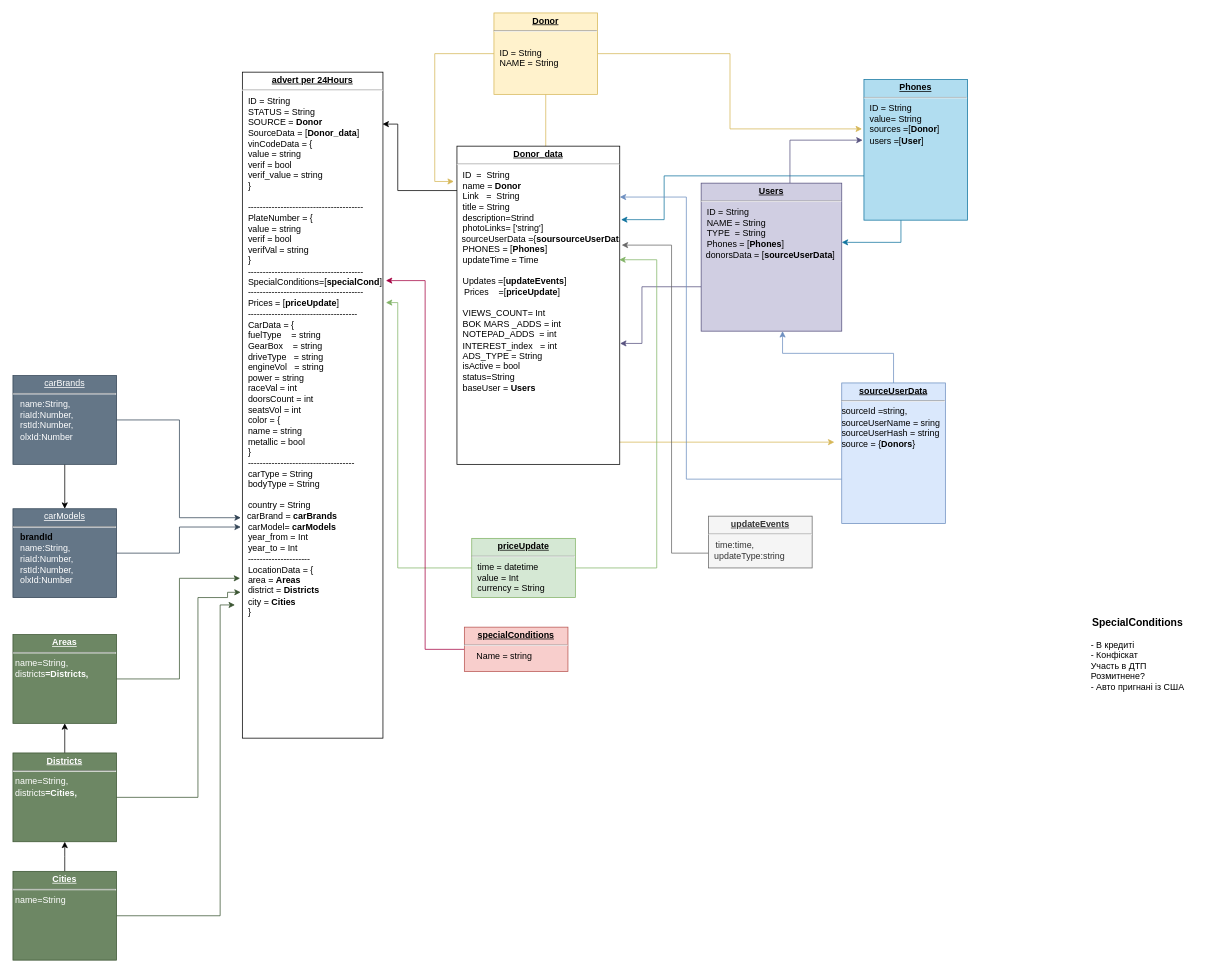
The draw.io diagram .drawio in Dromich/car_dog_diagram, before the edit. Source tidied: cells renumbered, new cells numbered last; positions are measured from the earlier drawing's top-left corner, leaving out a move shared by most shapes. Both pictures are drawn from the tidied source at 74%, with x=0, y=0 at pixel (13, 13).
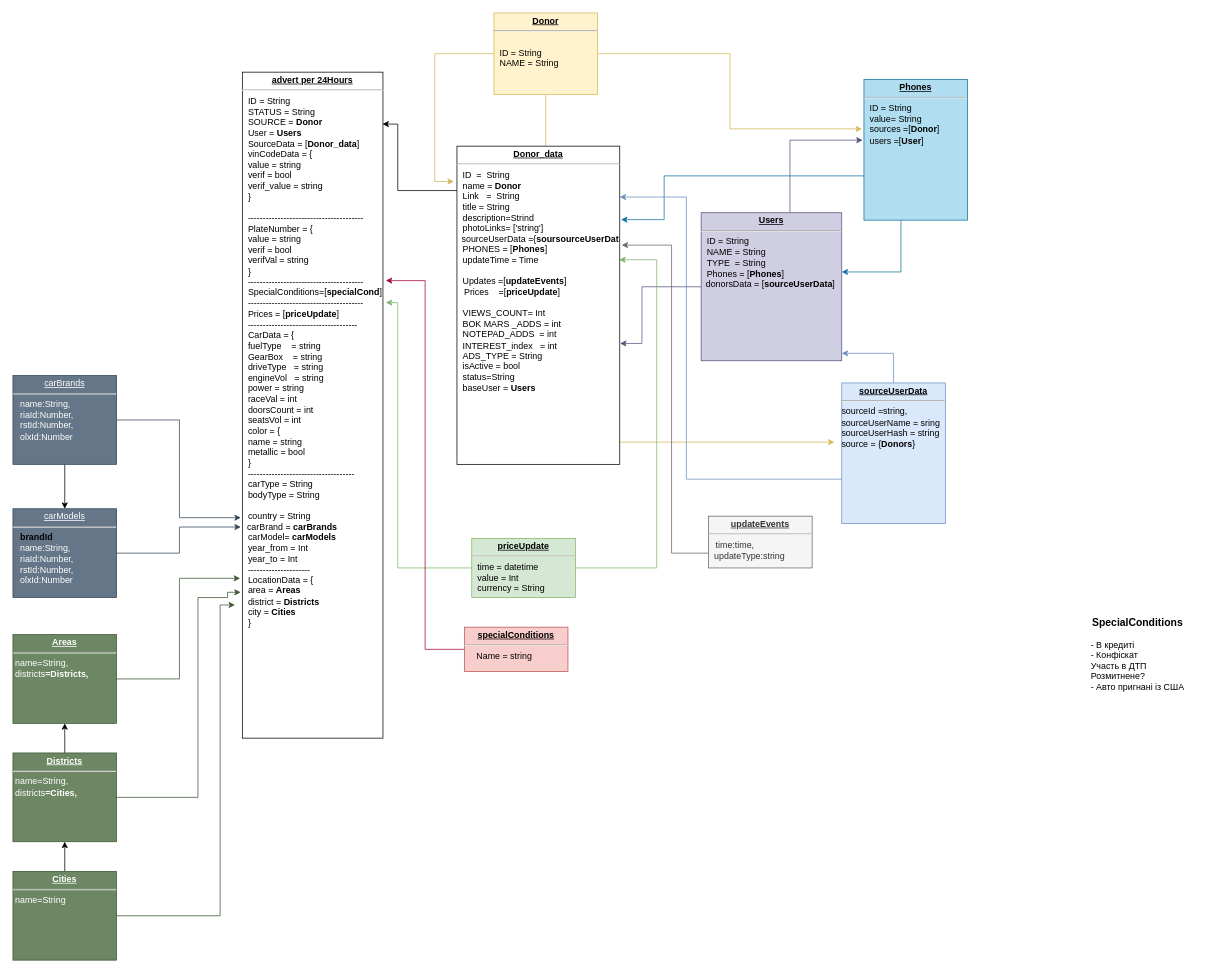
Above is the later version.

What changed in the source:
```diff
@@
-    <mxCell id="2" value="&lt;p style=&quot;margin: 0px ; margin-top: 4px ; text-align: center ; text-decoration: underline&quot;&gt;&lt;b&gt;advert per 24Hours&lt;/b&gt;&lt;br&gt;&lt;/p&gt;&lt;hr&gt;&lt;p style=&quot;margin: 0px ; margin-left: 8px&quot;&gt;ID = String&lt;/p&gt;&lt;p style=&quot;margin: 0px ; margin-left: 8px&quot;&gt;STATUS = String&lt;br&gt;SOURCE = &lt;b&gt;Donor&lt;/b&gt;&lt;br&gt;SourceData = [&lt;b&gt;Donor_data&lt;/b&gt;]&lt;br&gt;&lt;/p&gt;&lt;p style=&quot;margin: 0px ; margin-left: 8px&quot;&gt;vinCodeData = {&lt;/p&gt;&lt;p style=&quot;margin: 0px ; margin-left: 8px&quot;&gt;&lt;span&gt; &lt;span&gt; &lt;/span&gt;value = string&lt;br&gt;&lt;span&gt; &lt;/span&gt;&lt;span&gt; &lt;/span&gt;verif   = bool&lt;/span&gt;&lt;/p&gt;&lt;p style=&quot;margin: 0px ; margin-left: 8px&quot;&gt;&lt;span&gt;&lt;span&gt; &lt;/span&gt;verif_value = string&lt;br&gt;&lt;/span&gt;&lt;/p&gt;&lt;p style=&quot;margin: 0px ; margin-left: 8px&quot;&gt;&lt;span&gt;&lt;span&gt; &lt;/span&gt;&lt;span&gt; &lt;/span&gt;}&lt;/span&gt;&lt;/p&gt;&lt;p style=&quot;margin: 0px ; margin-left: 8px&quot;&gt;&lt;br&gt;&lt;/p&gt;&lt;p style=&quot;margin: 0px ; margin-left: 8px&quot;&gt;&lt;span&gt;---------------------------------------&lt;br&gt;&lt;/span&gt;&lt;/p&gt;&lt;p style=&quot;margin: 0px ; margin-left: 8px&quot;&gt;PlateNumber = {&lt;/p&gt;&lt;p style=&quot;margin: 0px ; margin-left: 8px&quot;&gt;&lt;span&gt; &lt;/span&gt;value = string&lt;br&gt;&lt;span&gt; &lt;/span&gt;verif = bool&lt;br&gt;&lt;span&gt; &lt;/span&gt;verifVal = string&lt;br&gt;&lt;/p&gt;&lt;p style=&quot;margin: 0px ; margin-left: 8px&quot;&gt;&lt;span&gt; &lt;/span&gt;}&lt;/p&gt;&lt;p style=&quot;margin: 0px ; margin-left: 8px&quot;&gt;---------------------------------------&lt;br&gt;&lt;/p&gt;&lt;p style=&quot;margin: 0px 0px 0px 8px&quot;&gt;SpecialСonditions=[&lt;b&gt;specialCond&lt;/b&gt;]&lt;/p&gt;&lt;p style=&quot;margin: 0px ; margin-left: 8px&quot;&gt;---------------------------------------&lt;br&gt;&lt;/p&gt;&lt;p style=&quot;margin: 0px ; margin-left: 8px&quot;&gt;Prices = [&lt;b&gt;priceUpdate&lt;/b&gt;]&lt;br&gt;&lt;/p&gt;&lt;p style=&quot;margin: 0px ; margin-left: 8px&quot;&gt;-------------------------------------&lt;/p&gt;&lt;p style=&quot;margin: 0px ; margin-left: 8px&quot;&gt;CarData = {&lt;/p&gt;&lt;p style=&quot;margin: 0px ; margin-left: 8px&quot;&gt;&lt;span&gt; &lt;/span&gt;fuelType&amp;nbsp;&amp;nbsp;&amp;nbsp; = string&lt;/p&gt;&lt;p style=&quot;margin: 0px ; margin-left: 8px&quot;&gt;GearBox&amp;nbsp;&amp;nbsp;&amp;nbsp; = string&lt;/p&gt;&lt;p style=&quot;margin: 0px ; margin-left: 8px&quot;&gt;driveType&amp;nbsp;&amp;nbsp; = string&lt;/p&gt;&lt;p style=&quot;margin: 0px ; margin-left: 8px&quot;&gt;engineVol&amp;nbsp;&amp;nbsp; = string&lt;/p&gt;&lt;p style=&quot;margin: 0px ; margin-left: 8px&quot;&gt;power = string&lt;br&gt;&lt;/p&gt;&lt;p style=&quot;margin: 0px ; margin-left: 8px&quot;&gt;raceVal = int&lt;/p&gt;&lt;p style=&quot;margin: 0px ; margin-left: 8px&quot;&gt;doorsCount = int&lt;/p&gt;&lt;p style=&quot;margin: 0px ; margin-left: 8px&quot;&gt;seatsVol = int&lt;/p&gt;&lt;p style=&quot;margin: 0px ; margin-left: 8px&quot;&gt;color = {&lt;/p&gt;&lt;p style=&quot;margin: 0px ; margin-left: 8px&quot;&gt;name = string&lt;/p&gt;&lt;p style=&quot;margin: 0px ; margin-left: 8px&quot;&gt;metallic = bool&lt;br&gt;&lt;/p&gt;&lt;p style=&quot;margin: 0px ; margin-left: 8px&quot;&gt;}&lt;/p&gt;&lt;p style=&quot;margin: 0px ; margin-left: 8px&quot;&gt;------------------------------------&lt;/p&gt;&lt;p style=&quot;margin: 0px ; margin-left: 8px&quot;&gt;&lt;span style=&quot;background-color: rgb(255 , 255 , 255)&quot;&gt;carType = String&lt;/span&gt;&lt;/p&gt;&lt;p style=&quot;margin: 0px ; margin-left: 8px&quot;&gt;bodyType = String&lt;/p&gt;&lt;p style=&quot;margin: 0px ; margin-left: 8px&quot;&gt;&lt;br&gt;&lt;/p&gt;&lt;p style=&quot;margin: 0px ; margin-left: 8px&quot;&gt;country = String&lt;/p&gt;&amp;nbsp; carBrand = &lt;b&gt;carBrands&lt;/b&gt;&lt;br&gt;&lt;p style=&quot;margin: 0px ; margin-left: 8px&quot;&gt;carModel= &lt;b&gt;carModels&lt;/b&gt;&lt;br&gt;&lt;/p&gt;&lt;p style=&quot;margin: 0px ; margin-left: 8px&quot;&gt;year_from = Int&lt;/p&gt;&lt;p style=&quot;margin: 0px ; margin-left: 8px&quot;&gt;year_to = Int&lt;/p&gt;&lt;p style=&quot;margin: 0px ; margin-left: 8px&quot;&gt;&lt;span&gt; &lt;/span&gt;---------------------&lt;/p&gt;&lt;p style=&quot;margin: 0px ; margin-left: 8px&quot;&gt;LocationData = {&lt;/p&gt;&lt;p style=&quot;margin: 0px ; margin-left: 8px&quot;&gt;area = &lt;b&gt;Areas&lt;/b&gt;&lt;br&gt;&lt;/p&gt;&lt;p style=&quot;margin: 0px ; margin-left: 8px&quot;&gt;district = &lt;b&gt;Districts&lt;/b&gt;&lt;br&gt;&lt;/p&gt;&lt;p style=&quot;margin: 0px ; margin-left: 8px&quot;&gt;city = &lt;b&gt;Cities&lt;/b&gt;&lt;br&gt;&lt;/p&gt;&lt;p style=&quot;margin: 0px ; margin-left: 8px&quot;&gt;}&lt;/p&gt;&lt;p style=&quot;margin: 0px ; margin-left: 8px&quot;&gt;&lt;br&gt;&lt;/p&gt;&lt;p style=&quot;margin: 0px ; margin-left: 8px&quot;&gt;&lt;br&gt;&lt;/p&gt;&lt;p style=&quot;margin: 0px ; margin-left: 8px&quot;&gt;&lt;br&gt;&lt;/p&gt;&lt;p style=&quot;margin: 0px ; margin-left: 8px&quot;&gt;&lt;br&gt;&lt;/p&gt;&lt;p style=&quot;margin: 0px ; margin-left: 8px&quot;&gt;&lt;br&gt;&lt;/p&gt;&lt;p style=&quot;margin: 0px ; margin-left: 8px&quot;&gt;&lt;br&gt;&lt;/p&gt;" style="verticalAlign=top;align=left;overflow=fill;fontSize=12;fontFamily=Helvetica;html=1;rounded=0;shadow=0;comic=0;labelBackgroundColor=none;strokeWidth=1;" parent="1" vertex="1">
+    <mxCell id="2" value="&lt;p style=&quot;margin: 0px ; margin-top: 4px ; text-align: center ; text-decoration: underline&quot;&gt;&lt;b&gt;advert per 24Hours&lt;/b&gt;&lt;br&gt;&lt;/p&gt;&lt;hr&gt;&lt;p style=&quot;margin: 0px ; margin-left: 8px&quot;&gt;ID = String&lt;/p&gt;&lt;p style=&quot;margin: 0px ; margin-left: 8px&quot;&gt;STATUS = String&lt;br&gt;SOURCE = &lt;b&gt;Donor&lt;/b&gt;&lt;/p&gt;&lt;p style=&quot;margin: 0px ; margin-left: 8px&quot;&gt;User = &lt;b&gt;Users&lt;/b&gt;&lt;br&gt;SourceData = [&lt;b&gt;Donor_data&lt;/b&gt;]&lt;br&gt;&lt;/p&gt;&lt;p style=&quot;margin: 0px ; margin-left: 8px&quot;&gt;vinCodeData = {&lt;/p&gt;&lt;p style=&quot;margin: 0px ; margin-left: 8px&quot;&gt;&lt;span&gt; &lt;span&gt; &lt;/span&gt;value = string&lt;br&gt;&lt;span&gt; &lt;/span&gt;&lt;span&gt; &lt;/span&gt;verif   = bool&lt;/span&gt;&lt;/p&gt;&lt;p style=&quot;margin: 0px ; margin-left: 8px&quot;&gt;&lt;span&gt;&lt;span&gt; &lt;/span&gt;verif_value = string&lt;br&gt;&lt;/span&gt;&lt;/p&gt;&lt;p style=&quot;margin: 0px ; margin-left: 8px&quot;&gt;&lt;span&gt;&lt;span&gt; &lt;/span&gt;&lt;span&gt; &lt;/span&gt;}&lt;/span&gt;&lt;/p&gt;&lt;p style=&quot;margin: 0px ; margin-left: 8px&quot;&gt;&lt;br&gt;&lt;/p&gt;&lt;p style=&quot;margin: 0px ; margin-left: 8px&quot;&gt;&lt;span&gt;---------------------------------------&lt;br&gt;&lt;/span&gt;&lt;/p&gt;&lt;p style=&quot;margin: 0px ; margin-left: 8px&quot;&gt;PlateNumber = {&lt;/p&gt;&lt;p style=&quot;margin: 0px ; margin-left: 8px&quot;&gt;&lt;span&gt; &lt;/span&gt;value = string&lt;br&gt;&lt;span&gt; &lt;/span&gt;verif = bool&lt;br&gt;&lt;span&gt; &lt;/span&gt;verifVal = string&lt;br&gt;&lt;/p&gt;&lt;p style=&quot;margin: 0px ; margin-left: 8px&quot;&gt;&lt;span&gt; &lt;/span&gt;}&lt;/p&gt;&lt;p style=&quot;margin: 0px ; margin-left: 8px&quot;&gt;---------------------------------------&lt;br&gt;&lt;/p&gt;&lt;p style=&quot;margin: 0px 0px 0px 8px&quot;&gt;SpecialСonditions=[&lt;b&gt;specialCond&lt;/b&gt;]&lt;/p&gt;&lt;p style=&quot;margin: 0px ; margin-left: 8px&quot;&gt;---------------------------------------&lt;br&gt;&lt;/p&gt;&lt;p style=&quot;margin: 0px ; margin-left: 8px&quot;&gt;Prices = [&lt;b&gt;priceUpdate&lt;/b&gt;]&lt;br&gt;&lt;/p&gt;&lt;p style=&quot;margin: 0px ; margin-left: 8px&quot;&gt;-------------------------------------&lt;/p&gt;&lt;p style=&quot;margin: 0px ; margin-left: 8px&quot;&gt;CarData = {&lt;/p&gt;&lt;p style=&quot;margin: 0px ; margin-left: 8px&quot;&gt;&lt;span&gt; &lt;/span&gt;fuelType&amp;nbsp;&amp;nbsp;&amp;nbsp; = string&lt;/p&gt;&lt;p style=&quot;margin: 0px ; margin-left: 8px&quot;&gt;GearBox&amp;nbsp;&amp;nbsp;&amp;nbsp; = string&lt;/p&gt;&lt;p style=&quot;margin: 0px ; margin-left: 8px&quot;&gt;driveType&amp;nbsp;&amp;nbsp; = string&lt;/p&gt;&lt;p style=&quot;margin: 0px ; margin-left: 8px&quot;&gt;engineVol&amp;nbsp;&amp;nbsp; = string&lt;/p&gt;&lt;p style=&quot;margin: 0px ; margin-left: 8px&quot;&gt;power = string&lt;br&gt;&lt;/p&gt;&lt;p style=&quot;margin: 0px ; margin-left: 8px&quot;&gt;raceVal = int&lt;/p&gt;&lt;p style=&quot;margin: 0px ; margin-left: 8px&quot;&gt;doorsCount = int&lt;/p&gt;&lt;p style=&quot;margin: 0px ; margin-left: 8px&quot;&gt;seatsVol = int&lt;/p&gt;&lt;p style=&quot;margin: 0px ; margin-left: 8px&quot;&gt;color = {&lt;/p&gt;&lt;p style=&quot;margin: 0px ; margin-left: 8px&quot;&gt;name = string&lt;/p&gt;&lt;p style=&quot;margin: 0px ; margin-left: 8px&quot;&gt;metallic = bool&lt;br&gt;&lt;/p&gt;&lt;p style=&quot;margin: 0px ; margin-left: 8px&quot;&gt;}&lt;/p&gt;&lt;p style=&quot;margin: 0px ; margin-left: 8px&quot;&gt;------------------------------------&lt;/p&gt;&lt;p style=&quot;margin: 0px ; margin-left: 8px&quot;&gt;&lt;span style=&quot;background-color: rgb(255 , 255 , 255)&quot;&gt;carType = String&lt;/span&gt;&lt;/p&gt;&lt;p style=&quot;margin: 0px ; margin-left: 8px&quot;&gt;bodyType = String&lt;/p&gt;&lt;p style=&quot;margin: 0px ; margin-left: 8px&quot;&gt;&lt;br&gt;&lt;/p&gt;&lt;p style=&quot;margin: 0px ; margin-left: 8px&quot;&gt;country = String&lt;/p&gt;&amp;nbsp; carBrand = &lt;b&gt;carBrands&lt;/b&gt;&lt;br&gt;&lt;p style=&quot;margin: 0px ; margin-left: 8px&quot;&gt;carModel= &lt;b&gt;carModels&lt;/b&gt;&lt;br&gt;&lt;/p&gt;&lt;p style=&quot;margin: 0px ; margin-left: 8px&quot;&gt;year_from = Int&lt;/p&gt;&lt;p style=&quot;margin: 0px ; margin-left: 8px&quot;&gt;year_to = Int&lt;/p&gt;&lt;p style=&quot;margin: 0px ; margin-left: 8px&quot;&gt;&lt;span&gt; &lt;/span&gt;---------------------&lt;/p&gt;&lt;p style=&quot;margin: 0px ; margin-left: 8px&quot;&gt;LocationData = {&lt;/p&gt;&lt;p style=&quot;margin: 0px ; margin-left: 8px&quot;&gt;area = &lt;b&gt;Areas&lt;/b&gt;&lt;br&gt;&lt;/p&gt;&lt;p style=&quot;margin: 0px ; margin-left: 8px&quot;&gt;district = &lt;b&gt;Districts&lt;/b&gt;&lt;br&gt;&lt;/p&gt;&lt;p style=&quot;margin: 0px ; margin-left: 8px&quot;&gt;city = &lt;b&gt;Cities&lt;/b&gt;&lt;br&gt;&lt;/p&gt;&lt;p style=&quot;margin: 0px ; margin-left: 8px&quot;&gt;}&lt;/p&gt;&lt;p style=&quot;margin: 0px ; margin-left: 8px&quot;&gt;&lt;br&gt;&lt;/p&gt;&lt;p style=&quot;margin: 0px ; margin-left: 8px&quot;&gt;&lt;br&gt;&lt;/p&gt;&lt;p style=&quot;margin: 0px ; margin-left: 8px&quot;&gt;&lt;br&gt;&lt;/p&gt;&lt;p style=&quot;margin: 0px ; margin-left: 8px&quot;&gt;&lt;br&gt;&lt;/p&gt;&lt;p style=&quot;margin: 0px ; margin-left: 8px&quot;&gt;&lt;br&gt;&lt;/p&gt;&lt;p style=&quot;margin: 0px ; margin-left: 8px&quot;&gt;&lt;br&gt;&lt;/p&gt;" style="verticalAlign=top;align=left;overflow=fill;fontSize=12;fontFamily=Helvetica;html=1;rounded=0;shadow=0;comic=0;labelBackgroundColor=none;strokeWidth=1;" parent="1" vertex="1">
       <mxGeometry x="310" y="80" width="190" height="900" as="geometry" />
     </mxCell>
@@
     <mxCell id="5" value="&lt;p style=&quot;margin: 0px ; margin-top: 4px ; text-align: center ; text-decoration: underline&quot;&gt;&lt;b&gt;Users&lt;/b&gt;&lt;br&gt;&lt;/p&gt;&lt;hr&gt;&lt;p style=&quot;margin: 0px ; margin-left: 8px&quot;&gt;ID = String&lt;/p&gt;&lt;p style=&quot;margin: 0px ; margin-left: 8px&quot;&gt;NAME = String&lt;/p&gt;&lt;p style=&quot;margin: 0px ; margin-left: 8px&quot;&gt;TYPE&amp;nbsp; = String&lt;/p&gt;&lt;p style=&quot;margin: 0px ; margin-left: 8px&quot;&gt;Phones = [&lt;b&gt;Phones&lt;/b&gt;]&lt;br&gt;&lt;/p&gt;&amp;nbsp; donorsData = [&lt;b&gt;sourceUserData&lt;/b&gt;]&lt;br&gt;&lt;p style=&quot;margin: 0px ; margin-left: 8px&quot;&gt;&lt;br&gt;&lt;/p&gt;" style="verticalAlign=top;align=left;overflow=fill;fontSize=12;fontFamily=Helvetica;html=1;rounded=0;shadow=0;comic=0;labelBackgroundColor=none;strokeWidth=1;fillColor=#d0cee2;strokeColor=#56517e;" parent="1" vertex="1">
-      <mxGeometry x="930" y="230" width="190" height="200" as="geometry" />
+      <mxGeometry x="930" y="270" width="190" height="200" as="geometry" />
     </mxCell>
```
